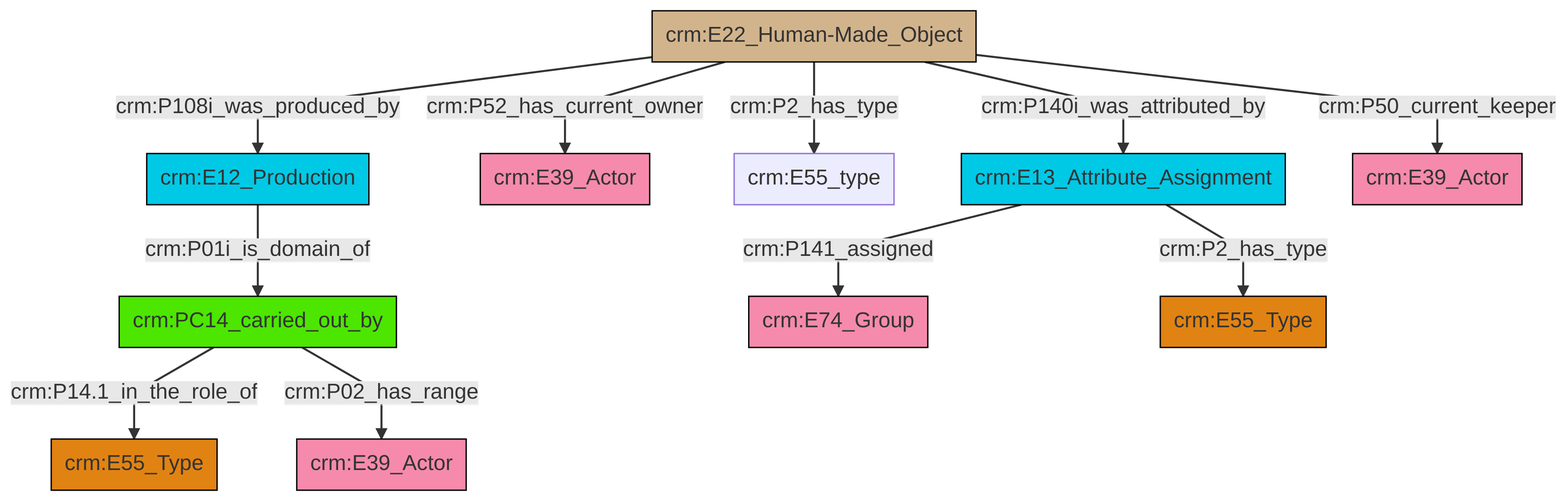
The Mermaid diagram et/artworkCSV/ttl/mmd/png/Artwork_Actor_Relations.png in swiss-art-research-net/reference-data-models, before a commit. Its source is kept beside it as et/artworkCSV/ttl/mmd/Artwork_Actor_Relations.ttl.mmd.
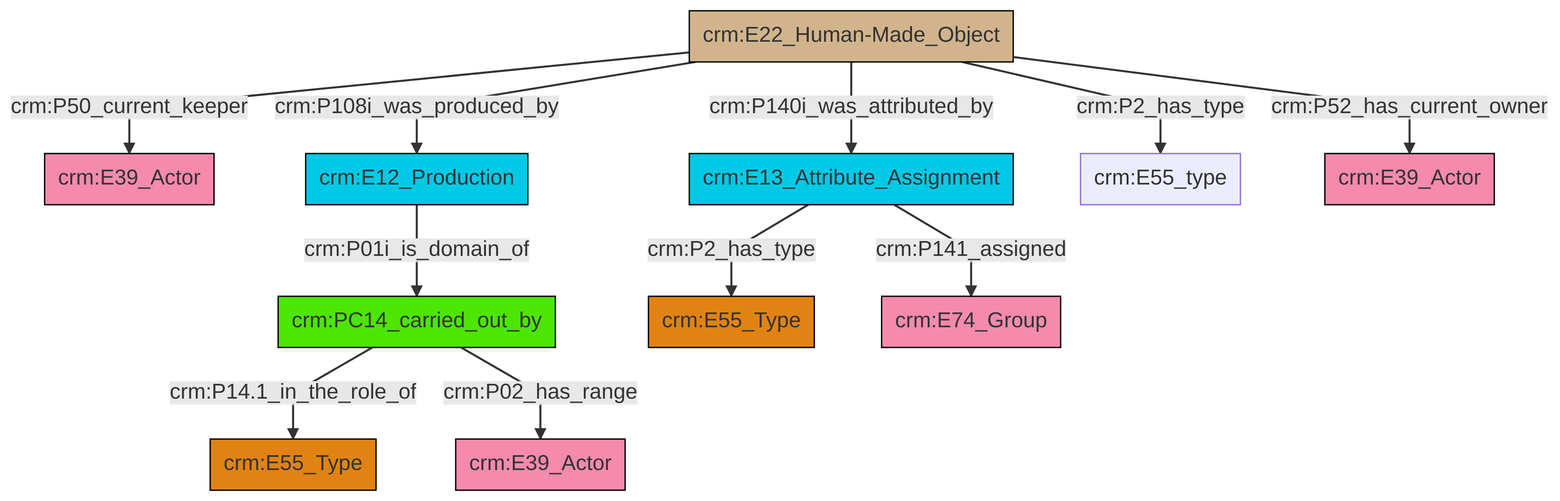
After the commit.

Diff of the diagram source:
```diff
@@ -13,13 +13,13 @@
 classDef PC_Classes fill:#4ce600, stroke:#000000;
 classDef Multi fill:#cccccc,stroke:#000000;
 
-0["crm:E22_Human-Made_Object"]:::Physical_Thing -->|crm:P108i_was_produced_by| 1["crm:E12_Production"]:::Temporal_Entity
-0["crm:E22_Human-Made_Object"]:::Physical_Thing -->|crm:P52_has_current_owner| 2["crm:E39_Actor"]:::Actor
-3["crm:PC14_carried_out_by"]:::PC_Classes -->|crm:P14.1_in_the_role_of| 4["crm:E55_Type"]:::Type
-0["crm:E22_Human-Made_Object"]:::Physical_Thing -->|crm:P2_has_type| 5["crm:E55_type"]:::Default
-9["crm:E13_Attribute_Assignment"]:::Temporal_Entity -->|crm:P141_assigned| 6["crm:E74_Group"]:::Actor
-1["crm:E12_Production"]:::Temporal_Entity -->|crm:P01i_is_domain_of| 3["crm:PC14_carried_out_by"]:::PC_Classes
-9["crm:E13_Attribute_Assignment"]:::Temporal_Entity -->|crm:P2_has_type| 13["crm:E55_Type"]:::Type
-0["crm:E22_Human-Made_Object"]:::Physical_Thing -->|crm:P50_current_keeper| 10["crm:E39_Actor"]:::Actor
-3["crm:PC14_carried_out_by"]:::PC_Classes -->|crm:P02_has_range| 20["crm:E39_Actor"]:::Actor
-0["crm:E22_Human-Made_Object"]:::Physical_Thing -->|crm:P140i_was_attributed_by| 9["crm:E13_Attribute_Assignment"]:::Temporal_Entity
+0["crm:PC14_carried_out_by"]:::PC_Classes -->|crm:P14.1_in_the_role_of| 2["crm:E55_Type"]:::Type
+3["crm:E22_Human-Made_Object"]:::Physical_Thing -->|crm:P50_current_keeper| 4["crm:E39_Actor"]:::Actor
+3["crm:E22_Human-Made_Object"]:::Physical_Thing -->|crm:P108i_was_produced_by| 5["crm:E12_Production"]:::Temporal_Entity
+8["crm:E13_Attribute_Assignment"]:::Temporal_Entity -->|crm:P2_has_type| 9["crm:E55_Type"]:::Type
+8["crm:E13_Attribute_Assignment"]:::Temporal_Entity -->|crm:P141_assigned| 10["crm:E74_Group"]:::Actor
+5["crm:E12_Production"]:::Temporal_Entity -->|crm:P01i_is_domain_of| 0["crm:PC14_carried_out_by"]:::PC_Classes
+0["crm:PC14_carried_out_by"]:::PC_Classes -->|crm:P02_has_range| 11["crm:E39_Actor"]:::Actor
+3["crm:E22_Human-Made_Object"]:::Physical_Thing -->|crm:P2_has_type| 12["crm:E55_type"]:::Default
+3["crm:E22_Human-Made_Object"]:::Physical_Thing -->|crm:P52_has_current_owner| 14["crm:E39_Actor"]:::Actor
+3["crm:E22_Human-Made_Object"]:::Physical_Thing -->|crm:P140i_was_attributed_by| 8["crm:E13_Attribute_Assignment"]:::Temporal_Entity
```
